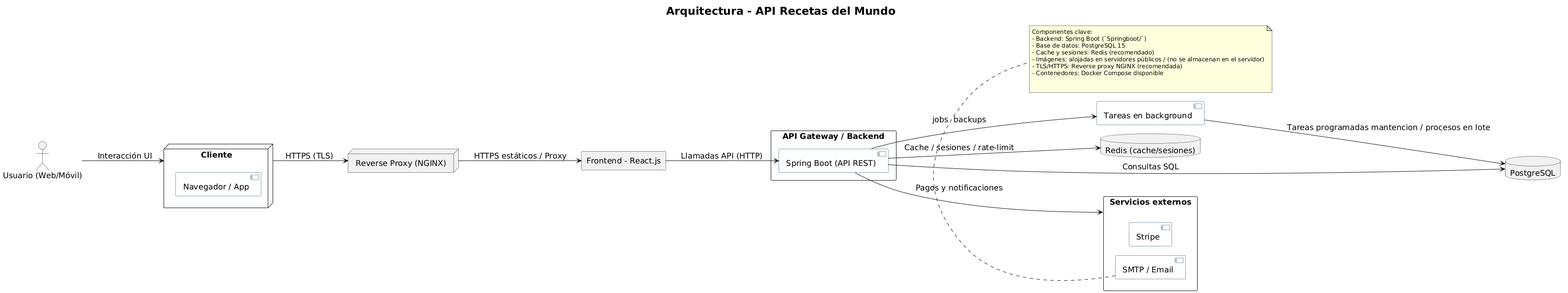
Earlier version of the PlantUML export backend/docs/architecture_diagram.png (TioPig/Recetas-Del-Mundo).
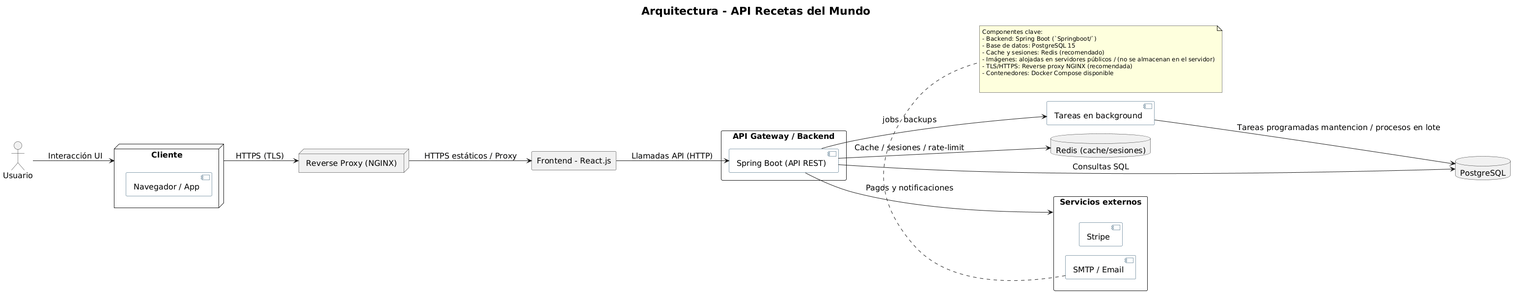
After the commit.

Commit message:
docs: regenerate PlantUML diagrams (re-run)

What changed in the source:
```diff
@@ -12,7 +12,7 @@
   BorderColor #1B4965
 }
 
-actor "Usuario (Web/Móvil)" as User
+actor "Usuario" as User
 node "Cliente" as Client {
   [Navegador / App]
 }
```
